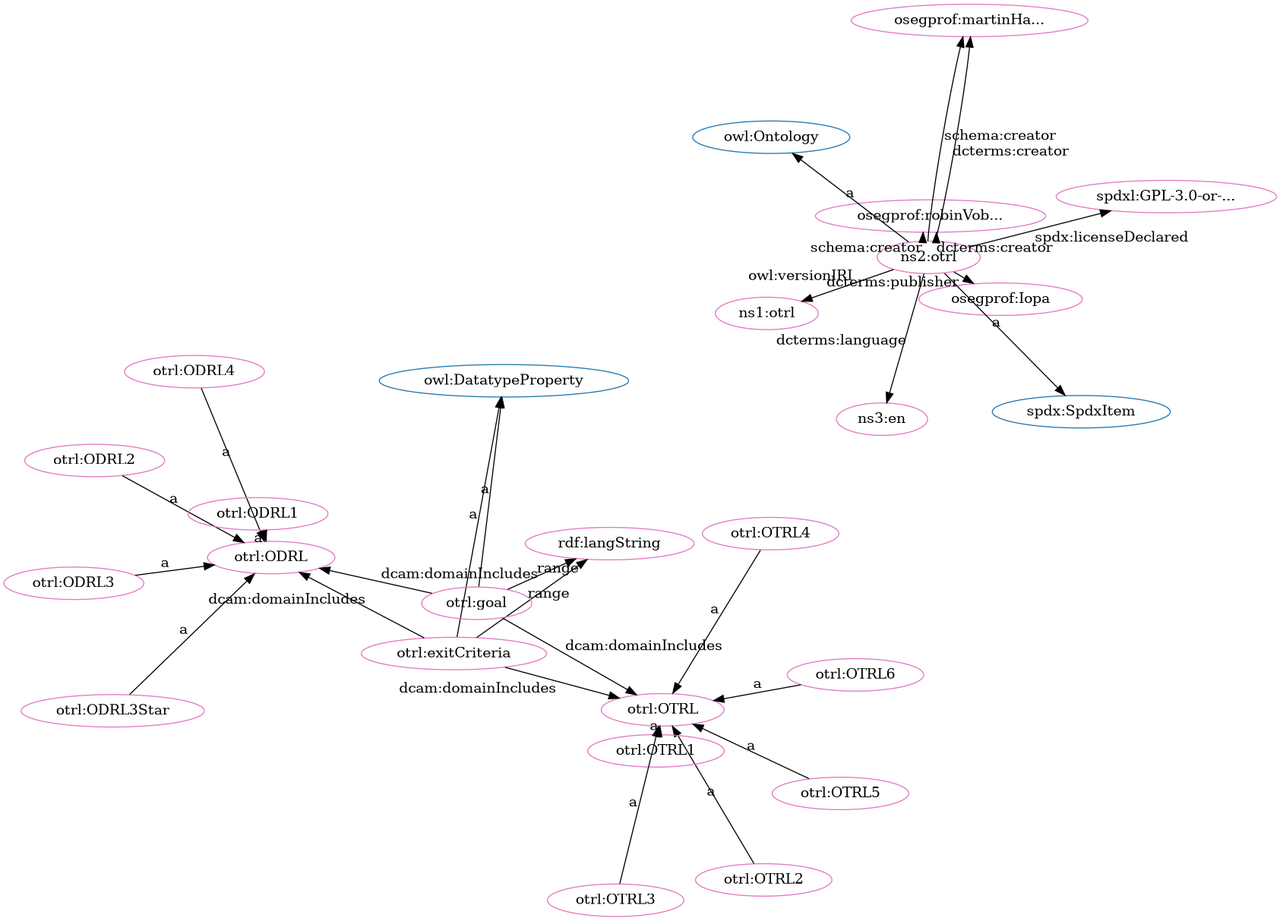
This is src/spec/fdp_otrl.png from iop-alliance/OpenKnowHow, a Graphviz export, as it was before one commit. Its source is kept beside it as src/spec/fdp_otrl.dot.
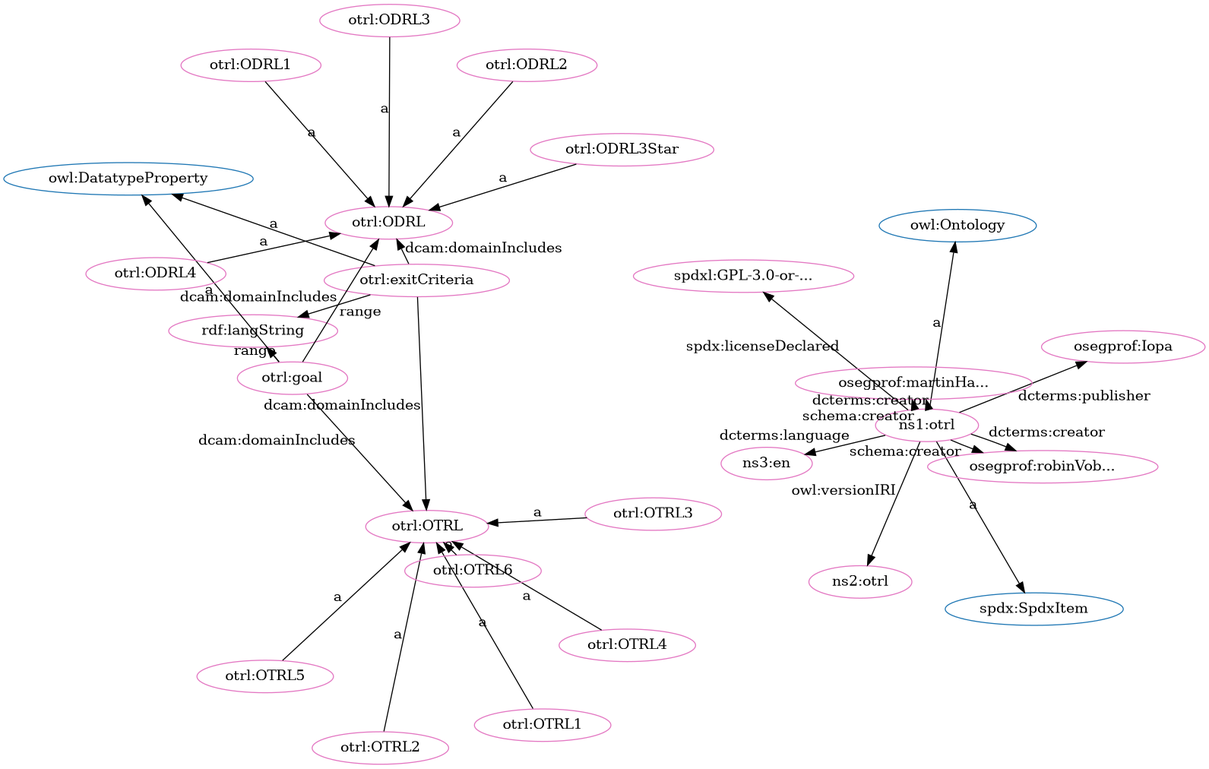
Above is the later version.

Change to the diagram source:
```diff
@@ -4,58 +4,58 @@
 "http://w3id.org/oseg/ont/otrl#OTRL" [fillcolor="#1f77b4" color="#1f77b4" label="otrl:OTRL"]
 "http://www.w3.org/2002/07/owl#Ontology" [fillcolor="#1f77b4" color="#1f77b4" label="owl:Ontology"]
 "http://www.w3.org/2002/07/owl#DatatypeProperty" [fillcolor="#1f77b4" color="#1f77b4" label="owl:DatatypeProperty"]
+"http://spdx.org/rdf/terms#SpdxItem" [fillcolor="#1f77b4" color="#1f77b4" label="spdx:SpdxItem"]
 "http://w3id.org/oseg/ont/otrl#ODRL" [fillcolor="#1f77b4" color="#1f77b4" label="otrl:ODRL"]
-"http://spdx.org/rdf/terms#SpdxItem" [fillcolor="#1f77b4" color="#1f77b4" label="spdx:SpdxItem"]
+"http://w3id.org/oseg/ont/otrl" [fillcolor="#e377c2" color="#e377c2" label="ns1:otrl"]
+"http://spdx.org/licenses/GPL-3.0-or-later" [fillcolor="#e377c2" color="#e377c2" label="spdxl:GPL-3.0-or-..."]
+"http://w3id.org/oseg/ont/otrl#exitCriteria" [fillcolor="#e377c2" color="#e377c2" label="otrl:exitCriteria"]
+"http://w3id.org/oseg/ont/otrl#OTRL3" [fillcolor="#e377c2" color="#e377c2" label="otrl:OTRL3"]
+"http://www.w3.org/1999/02/22-rdf-syntax-ns#langString" [fillcolor="#e377c2" color="#e377c2" label="rdf:langString"]
+"http://w3id.org/oseg/ont/otrl#OTRL" [fillcolor="#e377c2" color="#e377c2" label="otrl:OTRL"]
+"http://w3id.org/oseg/ont/otrl#goal" [fillcolor="#e377c2" color="#e377c2" label="otrl:goal"]
 "http://w3id.org/oseg/ont/oseg-profiles#Iopa" [fillcolor="#e377c2" color="#e377c2" label="osegprof:Iopa"]
-"http://w3id.org/oseg/ont/otrl#exitCriteria" [fillcolor="#e377c2" color="#e377c2" label="otrl:exitCriteria"]
 "http://w3id.org/oseg/ont/otrl#OTRL4" [fillcolor="#e377c2" color="#e377c2" label="otrl:OTRL4"]
+"http://w3id.org/oseg/ont/oseg-profiles#martinHaeuer" [fillcolor="#e377c2" color="#e377c2" label="osegprof:martinHa..."]
+"http://w3id.org/oseg/ont/otrl#ODRL" [fillcolor="#e377c2" color="#e377c2" label="otrl:ODRL"]
+"http://w3id.org/oseg/ont/1.1.0/otrl" [fillcolor="#e377c2" color="#e377c2" label="ns2:otrl"]
 "http://w3id.org/oseg/ont/otrl#ODRL4" [fillcolor="#e377c2" color="#e377c2" label="otrl:ODRL4"]
-"http://w3id.org/oseg/ont/otrl#ODRL" [fillcolor="#e377c2" color="#e377c2" label="otrl:ODRL"]
 "http://w3id.org/oseg/ont/oseg-profiles#robinVobruba" [fillcolor="#e377c2" color="#e377c2" label="osegprof:robinVob..."]
-"http://w3id.org/oseg/ont/otrl#OTRL" [fillcolor="#e377c2" color="#e377c2" label="otrl:OTRL"]
+"http://w3id.org/oseg/ont/otrl#ODRL1" [fillcolor="#e377c2" color="#e377c2" label="otrl:ODRL1"]
+"http://w3id.org/oseg/ont/otrl#OTRL1" [fillcolor="#e377c2" color="#e377c2" label="otrl:OTRL1"]
+"http://w3id.org/oseg/ont/otrl#OTRL5" [fillcolor="#e377c2" color="#e377c2" label="otrl:OTRL5"]
+"http://w3id.org/oseg/ont/otrl#OTRL2" [fillcolor="#e377c2" color="#e377c2" label="otrl:OTRL2"]
 "http://w3id.org/oseg/ont/otrl#ODRL3Star" [fillcolor="#e377c2" color="#e377c2" label="otrl:ODRL3Star"]
-"http://www.w3.org/1999/02/22-rdf-syntax-ns#langString" [fillcolor="#e377c2" color="#e377c2" label="rdf:langString"]
-"http://w3id.org/oseg/ont/otrl#OTRL2" [fillcolor="#e377c2" color="#e377c2" label="otrl:OTRL2"]
-"http://w3id.org/oseg/ont/otrl#OTRL1" [fillcolor="#e377c2" color="#e377c2" label="otrl:OTRL1"]
-"http://w3id.org/oseg/ont/oseg-profiles#martinHaeuer" [fillcolor="#e377c2" color="#e377c2" label="osegprof:martinHa..."]
-"http://w3id.org/oseg/ont/otrl#goal" [fillcolor="#e377c2" color="#e377c2" label="otrl:goal"]
+"http://id.loc.gov/vocabulary/iso639-1/en" [fillcolor="#e377c2" color="#e377c2" label="ns3:en"]
 "http://w3id.org/oseg/ont/otrl#ODRL3" [fillcolor="#e377c2" color="#e377c2" label="otrl:ODRL3"]
-"http://spdx.org/licenses/GPL-3.0-or-later" [fillcolor="#e377c2" color="#e377c2" label="spdxl:GPL-3.0-or-..."]
+"http://w3id.org/oseg/ont/otrl#ODRL2" [fillcolor="#e377c2" color="#e377c2" label="otrl:ODRL2"]
 "http://w3id.org/oseg/ont/otrl#OTRL6" [fillcolor="#e377c2" color="#e377c2" label="otrl:OTRL6"]
-"http://w3id.org/oseg/ont/1.1.0/otrl" [fillcolor="#e377c2" color="#e377c2" label="ns1:otrl"]
-"http://w3id.org/oseg/ont/otrl" [fillcolor="#e377c2" color="#e377c2" label="ns2:otrl"]
-"http://id.loc.gov/vocabulary/iso639-1/en" [fillcolor="#e377c2" color="#e377c2" label="ns3:en"]
-"http://w3id.org/oseg/ont/otrl#ODRL2" [fillcolor="#e377c2" color="#e377c2" label="otrl:ODRL2"]
-"http://w3id.org/oseg/ont/otrl#OTRL3" [fillcolor="#e377c2" color="#e377c2" label="otrl:OTRL3"]
-"http://w3id.org/oseg/ont/otrl#ODRL1" [fillcolor="#e377c2" color="#e377c2" label="otrl:ODRL1"]
-"http://w3id.org/oseg/ont/otrl#OTRL5" [fillcolor="#e377c2" color="#e377c2" label="otrl:OTRL5"]
+  "http://w3id.org/oseg/ont/otrl" -> "http://spdx.org/licenses/GPL-3.0-or-later" [label="spdx:licenseDeclared"]
+  "http://w3id.org/oseg/ont/otrl#OTRL3" -> "http://w3id.org/oseg/ont/otrl#OTRL" [label="a"]
   "http://w3id.org/oseg/ont/otrl" -> "http://w3id.org/oseg/ont/oseg-profiles#Iopa" [label="dcterms:publisher"]
+  "http://w3id.org/oseg/ont/otrl#exitCriteria" -> "http://w3id.org/oseg/ont/otrl#ODRL" [label="dcam:domainIncludes"]
+  "http://w3id.org/oseg/ont/otrl#exitCriteria" -> "http://w3id.org/oseg/ont/otrl#OTRL" [label="dcam:domainIncludes"]
+  "http://w3id.org/oseg/ont/otrl" -> "http://w3id.org/oseg/ont/1.1.0/otrl" [label="owl:versionIRI"]
+  "http://w3id.org/oseg/ont/otrl" -> "http://w3id.org/oseg/ont/oseg-profiles#martinHaeuer" [label="schema:creator"]
+  "http://w3id.org/oseg/ont/otrl" -> "http://w3id.org/oseg/ont/oseg-profiles#robinVobruba" [label="dcterms:creator"]
+  "http://w3id.org/oseg/ont/otrl#OTRL1" -> "http://w3id.org/oseg/ont/otrl#OTRL" [label="a"]
+  "http://w3id.org/oseg/ont/otrl#OTRL5" -> "http://w3id.org/oseg/ont/otrl#OTRL" [label="a"]
+  "http://w3id.org/oseg/ont/otrl#OTRL2" -> "http://w3id.org/oseg/ont/otrl#OTRL" [label="a"]
+  "http://w3id.org/oseg/ont/otrl#goal" -> "http://w3id.org/oseg/ont/otrl#ODRL" [label="dcam:domainIncludes"]
+  "http://w3id.org/oseg/ont/otrl" -> "http://id.loc.gov/vocabulary/iso639-1/en" [label="dcterms:language"]
+  "http://w3id.org/oseg/ont/otrl" -> "http://www.w3.org/2002/07/owl#Ontology" [label="a"]
+  "http://w3id.org/oseg/ont/otrl#OTRL6" -> "http://w3id.org/oseg/ont/otrl#OTRL" [label="a"]
+  "http://w3id.org/oseg/ont/otrl" -> "http://spdx.org/rdf/terms#SpdxItem" [label="a"]
+  "http://w3id.org/oseg/ont/otrl#exitCriteria" -> "http://www.w3.org/2002/07/owl#DatatypeProperty" [label="a"]
+  "http://w3id.org/oseg/ont/otrl#exitCriteria" -> "http://www.w3.org/1999/02/22-rdf-syntax-ns#langString" [label="range"]
+  "http://w3id.org/oseg/ont/otrl#goal" -> "http://w3id.org/oseg/ont/otrl#OTRL" [label="dcam:domainIncludes"]
+  "http://w3id.org/oseg/ont/otrl#goal" -> "http://www.w3.org/2002/07/owl#DatatypeProperty" [label="a"]
   "http://w3id.org/oseg/ont/otrl#OTRL4" -> "http://w3id.org/oseg/ont/otrl#OTRL" [label="a"]
-  "http://w3id.org/oseg/ont/otrl#goal" -> "http://w3id.org/oseg/ont/otrl#ODRL" [label="dcam:domainIncludes"]
-  "http://w3id.org/oseg/ont/otrl#exitCriteria" -> "http://w3id.org/oseg/ont/otrl#OTRL" [label="dcam:domainIncludes"]
+  "http://w3id.org/oseg/ont/otrl" -> "http://w3id.org/oseg/ont/oseg-profiles#martinHaeuer" [label="dcterms:creator"]
+  "http://w3id.org/oseg/ont/otrl#ODRL4" -> "http://w3id.org/oseg/ont/otrl#ODRL" [label="a"]
+  "http://w3id.org/oseg/ont/otrl#ODRL1" -> "http://w3id.org/oseg/ont/otrl#ODRL" [label="a"]
+  "http://w3id.org/oseg/ont/otrl#goal" -> "http://www.w3.org/1999/02/22-rdf-syntax-ns#langString" [label="range"]
+  "http://w3id.org/oseg/ont/otrl#ODRL3Star" -> "http://w3id.org/oseg/ont/otrl#ODRL" [label="a"]
+  "http://w3id.org/oseg/ont/otrl#ODRL3" -> "http://w3id.org/oseg/ont/otrl#ODRL" [label="a"]
+  "http://w3id.org/oseg/ont/otrl#ODRL2" -> "http://w3id.org/oseg/ont/otrl#ODRL" [label="a"]
   "http://w3id.org/oseg/ont/otrl" -> "http://w3id.org/oseg/ont/oseg-profiles#robinVobruba" [label="schema:creator"]
-  "http://w3id.org/oseg/ont/otrl#OTRL2" -> "http://w3id.org/oseg/ont/otrl#OTRL" [label="a"]
-  "http://w3id.org/oseg/ont/otrl#OTRL1" -> "http://w3id.org/oseg/ont/otrl#OTRL" [label="a"]
-  "http://w3id.org/oseg/ont/otrl" -> "http://w3id.org/oseg/ont/oseg-profiles#martinHaeuer" [label="schema:creator"]
-  "http://w3id.org/oseg/ont/otrl#ODRL3" -> "http://w3id.org/oseg/ont/otrl#ODRL" [label="a"]
-  "http://w3id.org/oseg/ont/otrl" -> "http://w3id.org/oseg/ont/1.1.0/otrl" [label="owl:versionIRI"]
-  "http://w3id.org/oseg/ont/otrl" -> "http://www.w3.org/2002/07/owl#Ontology" [label="a"]
-  "http://w3id.org/oseg/ont/otrl" -> "http://w3id.org/oseg/ont/oseg-profiles#robinVobruba" [label="dcterms:creator"]
-  "http://w3id.org/oseg/ont/otrl" -> "http://id.loc.gov/vocabulary/iso639-1/en" [label="dcterms:language"]
-  "http://w3id.org/oseg/ont/otrl#ODRL1" -> "http://w3id.org/oseg/ont/otrl#ODRL" [label="a"]
-  "http://w3id.org/oseg/ont/otrl" -> "http://spdx.org/rdf/terms#SpdxItem" [label="a"]
-  "http://w3id.org/oseg/ont/otrl" -> "http://w3id.org/oseg/ont/oseg-profiles#martinHaeuer" [label="dcterms:creator"]
-  "http://w3id.org/oseg/ont/otrl#exitCriteria" -> "http://www.w3.org/2002/07/owl#DatatypeProperty" [label="a"]
-  "http://w3id.org/oseg/ont/otrl#ODRL4" -> "http://w3id.org/oseg/ont/otrl#ODRL" [label="a"]
-  "http://w3id.org/oseg/ont/otrl#goal" -> "http://w3id.org/oseg/ont/otrl#OTRL" [label="dcam:domainIncludes"]
-  "http://w3id.org/oseg/ont/otrl#ODRL3Star" -> "http://w3id.org/oseg/ont/otrl#ODRL" [label="a"]
-  "http://w3id.org/oseg/ont/otrl#exitCriteria" -> "http://www.w3.org/1999/02/22-rdf-syntax-ns#langString" [label="range"]
-  "http://w3id.org/oseg/ont/otrl#goal" -> "http://www.w3.org/1999/02/22-rdf-syntax-ns#langString" [label="range"]
-  "http://w3id.org/oseg/ont/otrl#goal" -> "http://www.w3.org/2002/07/owl#DatatypeProperty" [label="a"]
-  "http://w3id.org/oseg/ont/otrl" -> "http://spdx.org/licenses/GPL-3.0-or-later" [label="spdx:licenseDeclared"]
-  "http://w3id.org/oseg/ont/otrl#OTRL6" -> "http://w3id.org/oseg/ont/otrl#OTRL" [label="a"]
-  "http://w3id.org/oseg/ont/otrl#exitCriteria" -> "http://w3id.org/oseg/ont/otrl#ODRL" [label="dcam:domainIncludes"]
-  "http://w3id.org/oseg/ont/otrl#ODRL2" -> "http://w3id.org/oseg/ont/otrl#ODRL" [label="a"]
-  "http://w3id.org/oseg/ont/otrl#OTRL3" -> "http://w3id.org/oseg/ont/otrl#OTRL" [label="a"]
-  "http://w3id.org/oseg/ont/otrl#OTRL5" -> "http://w3id.org/oseg/ont/otrl#OTRL" [label="a"]
 }
```
